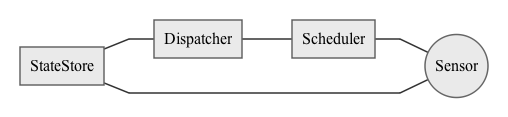
This is sensors.mermaid.png from asbjornenge/dux, a Mermaid export, as it was before one commit. Its source is kept beside it as sensors.mermaid.
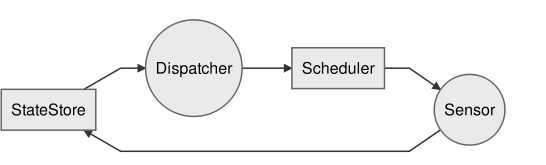
Above is the later version.

Commit message:
Added some notes about the dispatcher and update the designs

What changed in the source:
```diff
@@ -1,7 +1,7 @@
 graph LR;
 
 	StateStore;
-	Dispatcher;
+	Dispatcher((Dispatcher));
 	Scheduler;
     HostLoadSensor((Sensor));
 
```
